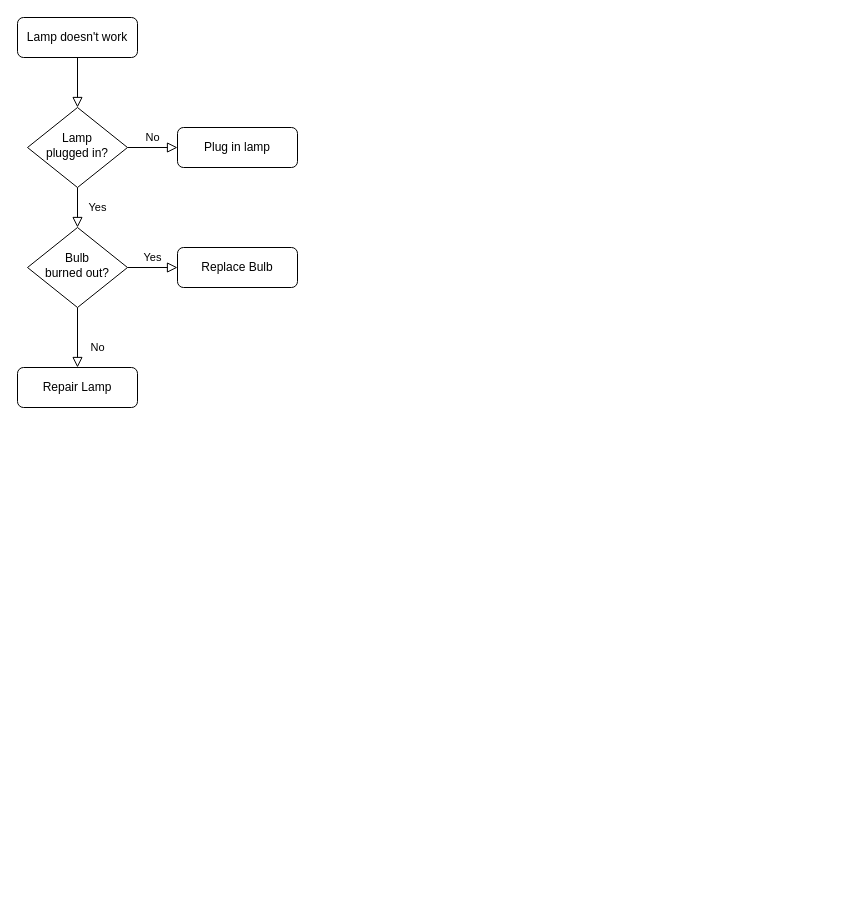
quanhieu/git-test-draw keeps this draw.io diagram as Untitled Diagram.drawio. Above is the earlier version. Source tidied: cells renumbered, new cells numbered last; positions are measured from the earlier drawing's top-left corner, leaving out a move shared by most shapes. Both pictures are drawn from the tidied source at 100%, with x=0, y=0 at pixel (17, 17).
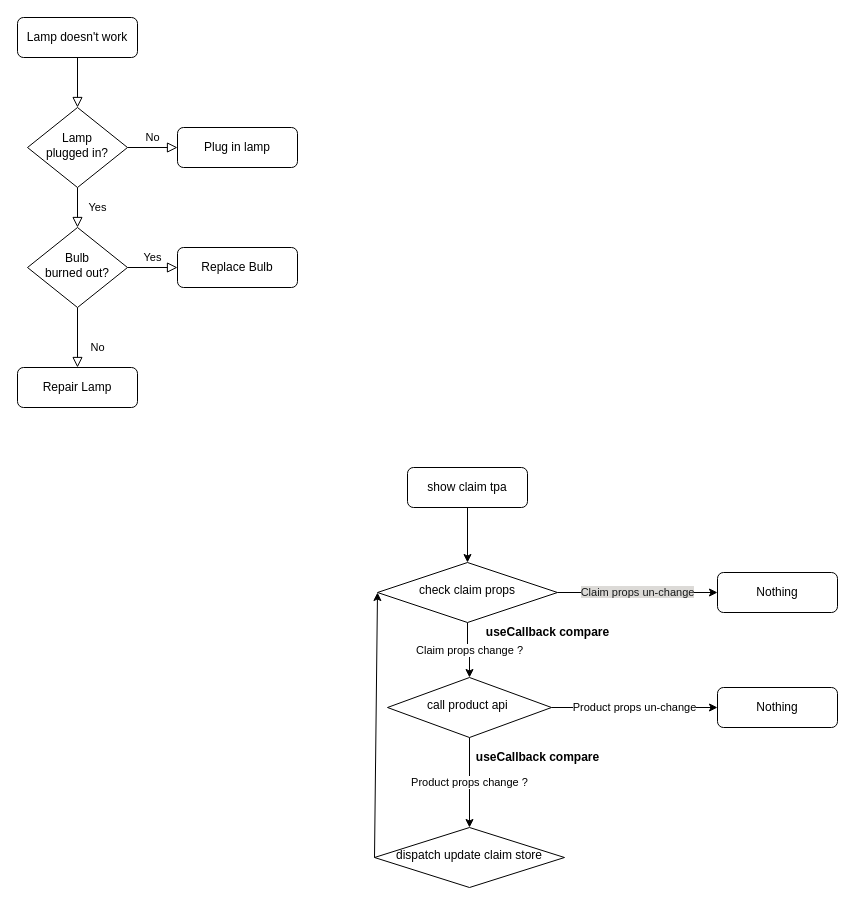
The same page after the edit.

Commit message:
flow diagram

The edit, as a diff of the source:
```diff
@@
+    <mxCell id="13" style="edgeStyle=orthogonalEdgeStyle;rounded=0;jettySize=auto;html=1;" parent="1" edge="1" source="14" target="17">
+      <mxGeometry relative="1" as="geometry" />
+    </mxCell>
+    <mxCell id="14" value="show claim tpa" style="rounded=1;whiteSpace=wrap;html=1;fontSize=12;glass=0;strokeWidth=1;shadow=0;" parent="1" vertex="1">
+      <mxGeometry x="390" y="450" width="120" height="40" as="geometry" />
+    </mxCell>
+    <mxCell id="15" value="&lt;span style=&quot;color: rgb(24 , 26 , 27) ; font-family: &amp;#34;helvetica&amp;#34; ; font-size: 11px ; font-style: normal ; font-weight: 400 ; letter-spacing: normal ; text-align: center ; text-indent: 0px ; text-transform: none ; word-spacing: 0px ; background-color: rgb(220 , 218 , 215) ; display: inline ; float: none&quot;&gt;Claim props un-change&lt;/span&gt;" style="edgeStyle=orthogonalEdgeStyle;rounded=0;jettySize=auto;html=1;" parent="1" edge="1" source="17" target="18">
+      <mxGeometry relative="1" as="geometry" />
+    </mxCell>
+    <mxCell id="16" value="Claim props change ?" style="edgeStyle=orthogonalEdgeStyle;rounded=0;jettySize=auto;html=1;" parent="1" edge="1" source="17" target="21">
+      <mxGeometry relative="1" as="geometry" />
+    </mxCell>
+    <mxCell id="17" value="check claim props" style="rhombus;whiteSpace=wrap;html=1;shadow=0;fontFamily=Helvetica;fontSize=12;align=center;strokeWidth=1;spacing=6;spacingTop=-4;" parent="1" vertex="1">
+      <mxGeometry x="360" y="545" width="180" height="60" as="geometry" />
+    </mxCell>
+    <mxCell id="18" value="Nothing" style="rounded=1;whiteSpace=wrap;html=1;fontSize=12;glass=0;strokeWidth=1;shadow=0;" parent="1" vertex="1">
+      <mxGeometry x="700" y="555" width="120" height="40" as="geometry" />
+    </mxCell>
+    <mxCell id="19" value="Product props un-change" style="edgeStyle=orthogonalEdgeStyle;rounded=0;jettySize=auto;html=1;" parent="1" edge="1" source="21" target="22">
+      <mxGeometry relative="1" as="geometry" />
+    </mxCell>
+    <mxCell id="20" value="Product props change ?" style="edgeStyle=orthogonalEdgeStyle;rounded=0;jettySize=auto;html=1;" parent="1" edge="1" source="21" target="23">
+      <mxGeometry relative="1" as="geometry" />
+    </mxCell>
+    <mxCell id="21" value="call product api&amp;nbsp;" style="rhombus;whiteSpace=wrap;html=1;shadow=0;fontFamily=Helvetica;fontSize=12;align=center;strokeWidth=1;spacing=6;spacingTop=-4;" parent="1" vertex="1">
+      <mxGeometry x="370" y="660" width="164" height="60" as="geometry" />
+    </mxCell>
+    <mxCell id="22" value="Nothing" style="rounded=1;whiteSpace=wrap;html=1;fontSize=12;glass=0;strokeWidth=1;shadow=0;" parent="1" vertex="1">
+      <mxGeometry x="700" y="670" width="120" height="40" as="geometry" />
+    </mxCell>
+    <mxCell id="23" value="dispatch update claim store" style="rhombus;whiteSpace=wrap;html=1;shadow=0;fontFamily=Helvetica;fontSize=12;align=center;strokeWidth=1;spacing=6;spacingTop=-4;" parent="1" vertex="1">
+      <mxGeometry x="357" y="810" width="190" height="60" as="geometry" />
+    </mxCell>
+    <mxCell id="24" style="endArrow=classic;html=1;entryX=0;entryY=0.5;entryDx=0;entryDy=0;exitX=0;exitY=0.5;exitDx=0;exitDy=0;" parent="1" edge="1" source="23" target="17">
+      <mxGeometry relative="1" as="geometry" />
+    </mxCell>
+    <mxCell id="25" value="&lt;b&gt;useCallback compare&lt;/b&gt;" style="text;html=1;align=center;verticalAlign=middle;" parent="1" vertex="1">
+      <mxGeometry x="460" y="605" width="140" height="20" as="geometry" />
+    </mxCell>
+    <mxCell id="26" value="&lt;b&gt;useCallback compare&lt;/b&gt;" style="text;html=1;align=center;verticalAlign=middle;" parent="1" vertex="1">
+      <mxGeometry x="450" y="730" width="140" height="20" as="geometry" />
+    </mxCell>
```
